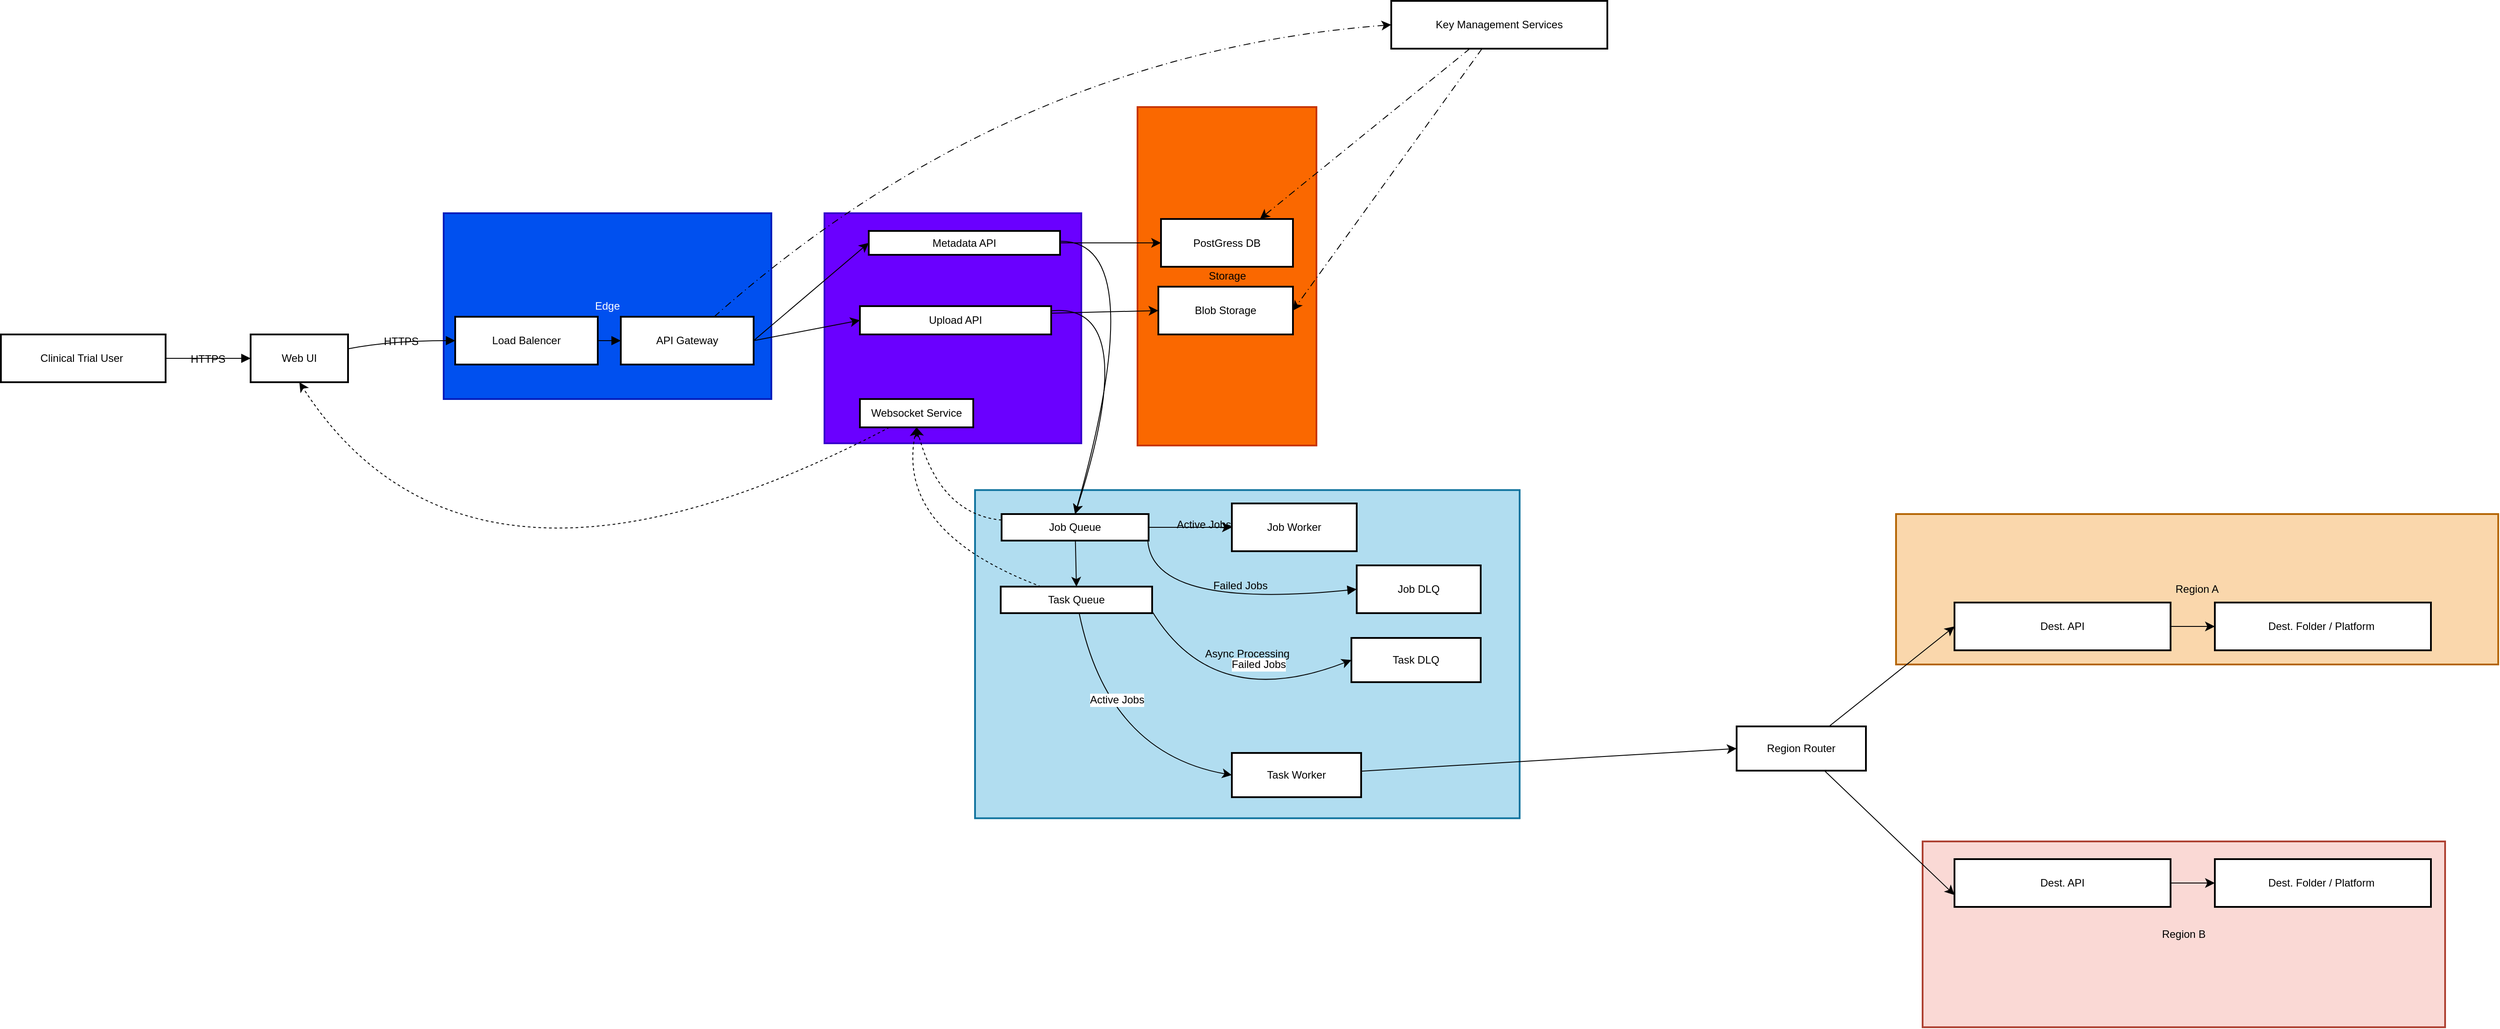
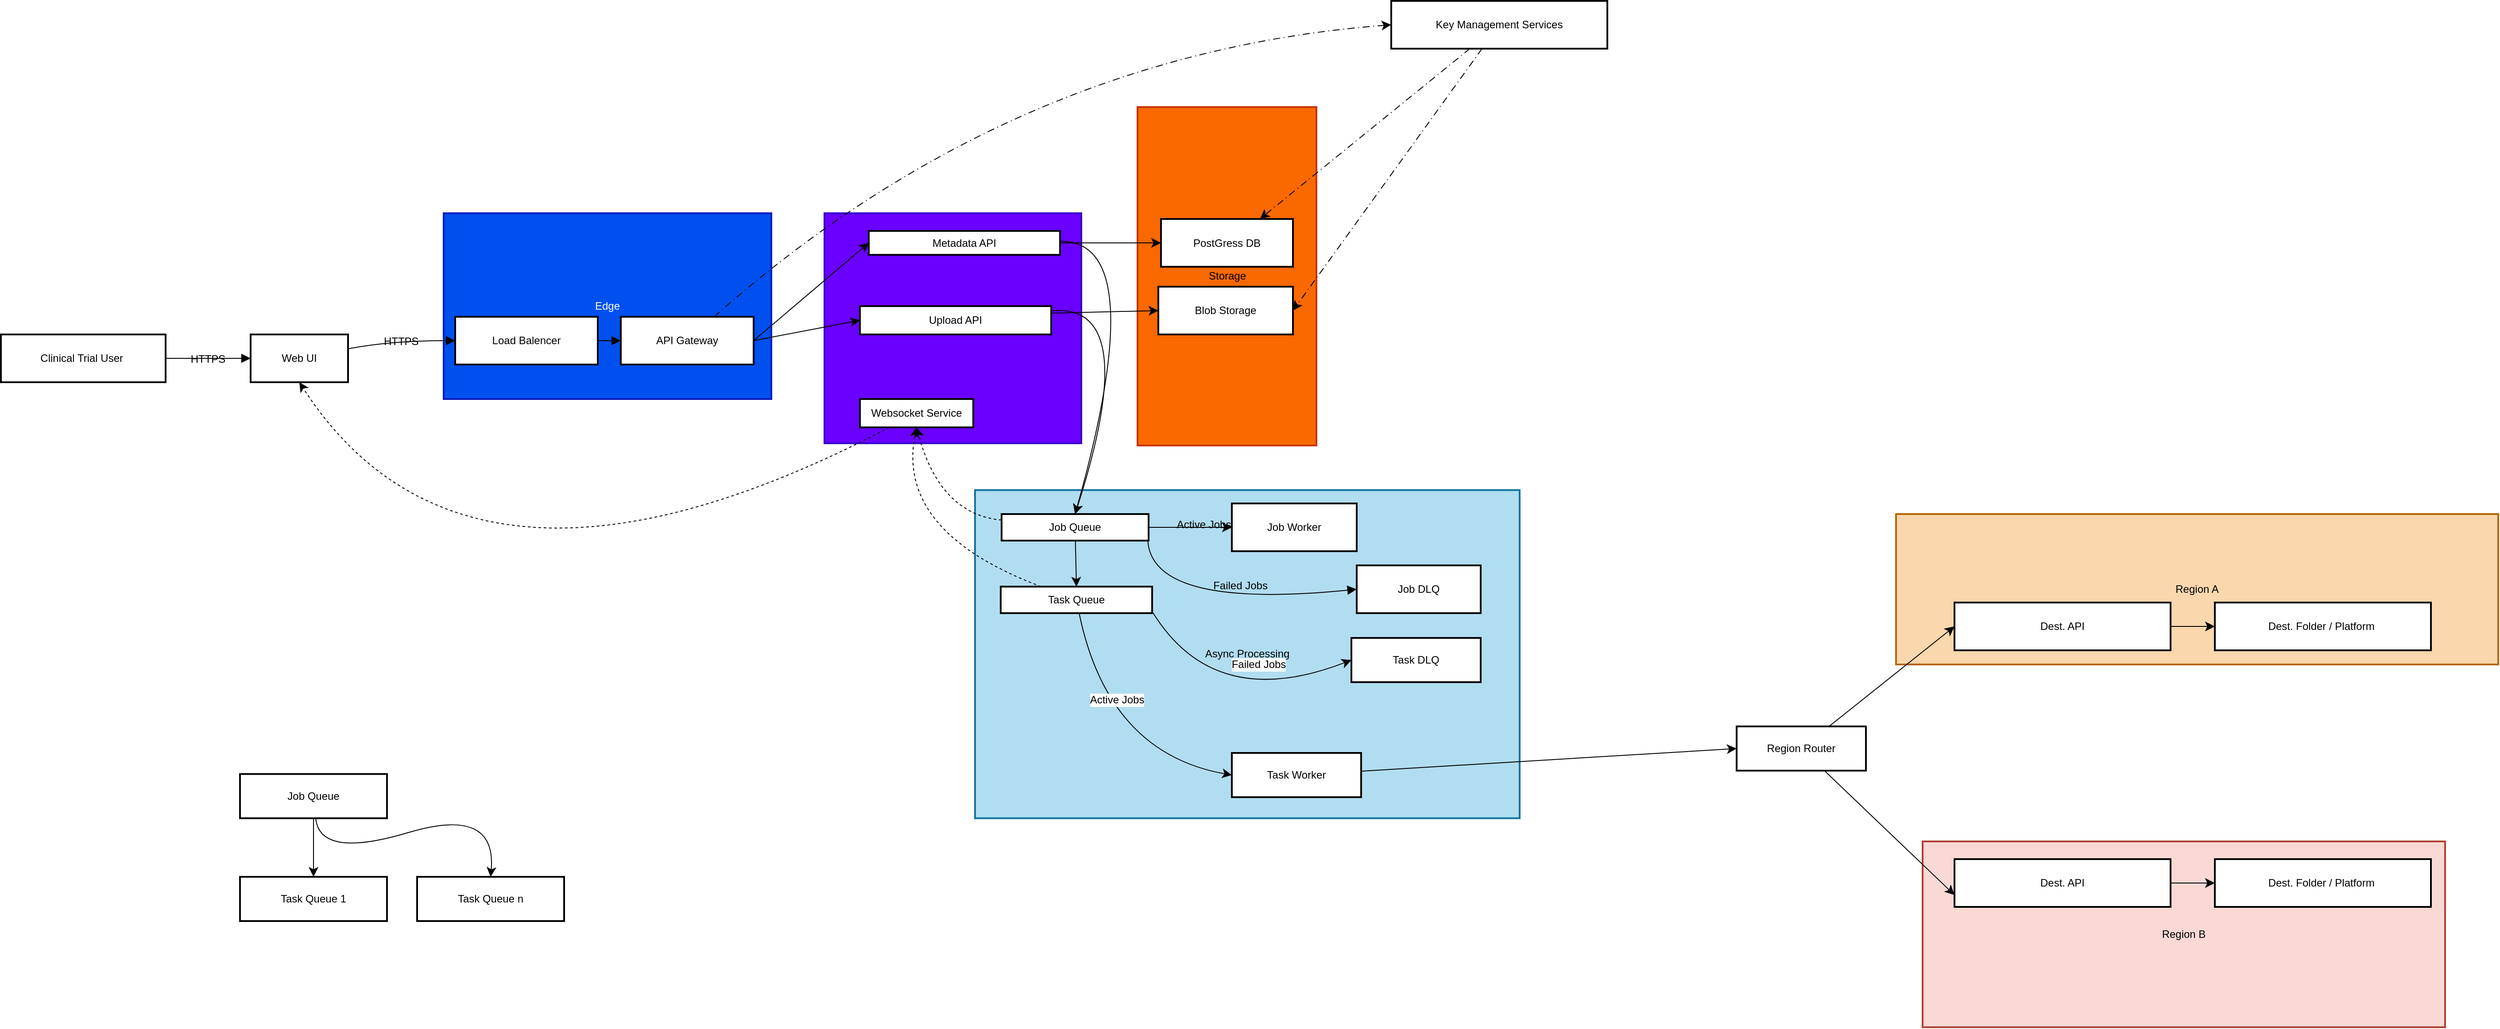
<mxfile host="app.diagrams.net">
  <diagram name="Overall-Diagram" id="Xauzskn0iYLa3f8TggF1">
-     <mxGraphModel dx="1478" dy="1926" grid="1" gridSize="10" guides="1" tooltips="1" connect="1" arrows="1" fold="1" page="1" pageScale="1" pageWidth="850" pageHeight="1100" background="none" math="0" shadow="0">
+     <mxGraphModel dx="1400" dy="1882" grid="1" gridSize="10" guides="1" tooltips="1" connect="1" arrows="1" fold="1" page="1" pageScale="1" pageWidth="850" pageHeight="1100" background="none" math="0" shadow="0">
      <root>
        <mxCell id="0" />
        <mxCell id="1" parent="0" />
        <mxCell id="tPvMw2njpGqdJi2HAjV1-28" parent="1" style="whiteSpace=wrap;strokeWidth=2;rounded=0;labelBackgroundColor=none;fillColor=#fad9d5;strokeColor=#ae4132;" value="Region B" vertex="1">
          <mxGeometry height="210" width="590" x="2270" y="750" as="geometry" />
        </mxCell>
        <mxCell id="tPvMw2njpGqdJi2HAjV1-27" parent="1" style="whiteSpace=wrap;strokeWidth=2;rounded=0;labelBackgroundColor=none;fillColor=#fad7ac;strokeColor=#b46504;" value="Region A" vertex="1">
          <mxGeometry height="170" width="680" x="2240" y="380" as="geometry" />
        </mxCell>
        <mxCell id="LGeiLnGPZ_kJypGg9XhN-2" parent="1" style="whiteSpace=wrap;strokeWidth=2;rounded=0;labelBackgroundColor=none;fillColor=#b1ddf0;strokeColor=#10739e;aspect=fixed;" value="Async Processing" vertex="1">
          <mxGeometry height="370.92" width="614.97" x="1200" y="352.88" as="geometry" />
        </mxCell>
        <mxCell id="LGeiLnGPZ_kJypGg9XhN-39" edge="1" parent="1" source="LGeiLnGPZ_kJypGg9XhN-14" style="curved=1;startArrow=none;endArrow=block;exitX=1;exitY=0.5;entryX=0;entryY=0.5;rounded=0;fontSize=12;startSize=8;endSize=8;exitDx=0;exitDy=0;labelBackgroundColor=none;fontColor=default;" target="LGeiLnGPZ_kJypGg9XhN-21" value="Failed Jobs">
          <mxGeometry relative="1" x="0.2549" y="18" as="geometry">
            <mxPoint as="offset" />
            <Array as="points">
              <mxPoint x="1380" y="490" />
            </Array>
          </mxGeometry>
        </mxCell>
        <mxCell id="LGeiLnGPZ_kJypGg9XhN-4" parent="1" style="whiteSpace=wrap;strokeWidth=2;rounded=0;labelBackgroundColor=none;fillColor=#6a00ff;fontColor=#ffffff;strokeColor=#3700CC;" value="API Services" vertex="1">
          <mxGeometry height="260" width="290" x="1030" y="40" as="geometry" />
        </mxCell>
        <mxCell id="LGeiLnGPZ_kJypGg9XhN-3" parent="1" style="whiteSpace=wrap;strokeWidth=2;rounded=0;labelBackgroundColor=none;fillColor=#fa6800;fontColor=#000000;strokeColor=#C73500;" value="Storage" vertex="1">
          <mxGeometry height="382.5" width="202" x="1383.5" y="-80" as="geometry" />
        </mxCell>
        <mxCell id="LGeiLnGPZ_kJypGg9XhN-5" parent="1" style="whiteSpace=wrap;strokeWidth=2;rounded=0;labelBackgroundColor=none;fillColor=#0050ef;fontColor=#ffffff;strokeColor=#001DBC;" value="Edge" vertex="1">
          <mxGeometry height="210" width="370" x="600" y="40" as="geometry" />
        </mxCell>
        <mxCell id="LGeiLnGPZ_kJypGg9XhN-6" parent="1" style="whiteSpace=wrap;strokeWidth=2;rounded=0;labelBackgroundColor=none;" value="Clinical Trial User " vertex="1">
          <mxGeometry height="54" width="186" x="100" y="177" as="geometry" />
        </mxCell>
        <mxCell id="LGeiLnGPZ_kJypGg9XhN-7" parent="1" style="whiteSpace=wrap;strokeWidth=2;rounded=0;labelBackgroundColor=none;" value="Web UI" vertex="1">
          <mxGeometry height="54" width="110" x="382" y="177" as="geometry" />
        </mxCell>
        <mxCell id="LGeiLnGPZ_kJypGg9XhN-8" parent="1" style="whiteSpace=wrap;strokeWidth=2;rounded=0;labelBackgroundColor=none;" value="Load Balencer" vertex="1">
          <mxGeometry height="54" width="161" x="613" y="157" as="geometry" />
        </mxCell>
        <mxCell id="ijDLy2rUQYNMrnhEq9o_-15" edge="1" parent="1" source="LGeiLnGPZ_kJypGg9XhN-9" style="edgeStyle=none;curved=1;rounded=0;orthogonalLoop=1;jettySize=auto;html=1;fontSize=12;startSize=8;endSize=8;entryX=0;entryY=0.5;entryDx=0;entryDy=0;labelBackgroundColor=none;fontColor=default;exitX=1;exitY=0.5;exitDx=0;exitDy=0;" target="LGeiLnGPZ_kJypGg9XhN-10">
          <mxGeometry relative="1" as="geometry">
            <mxPoint x="1059.9999999999998" y="229.99999999999977" as="targetPoint" />
          </mxGeometry>
        </mxCell>
        <mxCell id="ijDLy2rUQYNMrnhEq9o_-17" edge="1" parent="1" source="LGeiLnGPZ_kJypGg9XhN-9" style="edgeStyle=none;curved=1;rounded=0;orthogonalLoop=1;jettySize=auto;html=1;entryX=0;entryY=0.5;entryDx=0;entryDy=0;fontSize=12;startSize=8;endSize=8;exitX=1;exitY=0.5;exitDx=0;exitDy=0;" target="LGeiLnGPZ_kJypGg9XhN-11">
          <mxGeometry relative="1" as="geometry">
            <mxPoint x="960" y="190" as="sourcePoint" />
          </mxGeometry>
        </mxCell>
        <mxCell id="tPvMw2njpGqdJi2HAjV1-17" edge="1" parent="1" source="LGeiLnGPZ_kJypGg9XhN-9" style="edgeStyle=none;curved=1;rounded=0;orthogonalLoop=1;jettySize=auto;html=1;entryX=0;entryY=0.5;entryDx=0;entryDy=0;fontSize=12;startSize=8;endSize=8;dashed=1;dashPattern=8 4 1 4;" target="LGeiLnGPZ_kJypGg9XhN-20">
          <mxGeometry relative="1" as="geometry">
            <Array as="points">
              <mxPoint x="1240" y="-140" />
            </Array>
          </mxGeometry>
        </mxCell>
        <mxCell id="LGeiLnGPZ_kJypGg9XhN-9" parent="1" style="whiteSpace=wrap;strokeWidth=2;rounded=0;labelBackgroundColor=none;" value="API Gateway" vertex="1">
          <mxGeometry height="54" width="150" x="800" y="157" as="geometry" />
        </mxCell>
        <mxCell id="ijDLy2rUQYNMrnhEq9o_-19" edge="1" parent="1" source="LGeiLnGPZ_kJypGg9XhN-10" style="edgeStyle=none;curved=1;rounded=0;orthogonalLoop=1;jettySize=auto;html=1;entryX=0;entryY=0.5;entryDx=0;entryDy=0;fontSize=12;startSize=8;endSize=8;exitX=1;exitY=0.5;exitDx=0;exitDy=0;" target="LGeiLnGPZ_kJypGg9XhN-12">
          <mxGeometry relative="1" as="geometry" />
        </mxCell>
        <mxCell id="ZxT0anLmeUN1lRlBXtKW-1" edge="1" parent="1" source="LGeiLnGPZ_kJypGg9XhN-10" style="edgeStyle=none;curved=1;rounded=0;orthogonalLoop=1;jettySize=auto;html=1;entryX=0.5;entryY=0;entryDx=0;entryDy=0;fontSize=12;startSize=8;endSize=8;" target="LGeiLnGPZ_kJypGg9XhN-14">
          <mxGeometry relative="1" as="geometry">
            <Array as="points">
              <mxPoint x="1400" y="70" />
            </Array>
          </mxGeometry>
        </mxCell>
        <mxCell id="LGeiLnGPZ_kJypGg9XhN-10" parent="1" style="whiteSpace=wrap;strokeWidth=2;rounded=0;labelBackgroundColor=none;" value="Metadata API" vertex="1">
          <mxGeometry height="27" width="216" x="1080" y="60" as="geometry" />
        </mxCell>
        <mxCell id="ijDLy2rUQYNMrnhEq9o_-12" edge="1" parent="1" source="LGeiLnGPZ_kJypGg9XhN-11" style="edgeStyle=none;curved=1;rounded=0;orthogonalLoop=1;jettySize=auto;html=1;entryX=0;entryY=0.5;entryDx=0;entryDy=0;fontSize=12;startSize=8;endSize=8;exitX=1;exitY=0.25;exitDx=0;exitDy=0;labelBackgroundColor=none;fontColor=default;" target="LGeiLnGPZ_kJypGg9XhN-13">
          <mxGeometry relative="1" as="geometry" />
        </mxCell>
        <mxCell id="ZxT0anLmeUN1lRlBXtKW-2" edge="1" parent="1" source="LGeiLnGPZ_kJypGg9XhN-11" style="edgeStyle=none;curved=1;rounded=0;orthogonalLoop=1;jettySize=auto;html=1;entryX=0.5;entryY=0;entryDx=0;entryDy=0;fontSize=12;startSize=8;endSize=8;" target="LGeiLnGPZ_kJypGg9XhN-14">
          <mxGeometry relative="1" as="geometry">
            <Array as="points">
              <mxPoint x="1390" y="140" />
            </Array>
          </mxGeometry>
        </mxCell>
        <mxCell id="LGeiLnGPZ_kJypGg9XhN-11" parent="1" style="whiteSpace=wrap;strokeWidth=2;rounded=0;labelBackgroundColor=none;" value="Upload API" vertex="1">
          <mxGeometry height="32" width="216" x="1070" y="145" as="geometry" />
        </mxCell>
        <mxCell id="ijDLy2rUQYNMrnhEq9o_-5" edge="1" parent="1" source="LGeiLnGPZ_kJypGg9XhN-14" style="edgeStyle=none;curved=1;rounded=0;orthogonalLoop=1;jettySize=auto;html=1;entryX=0;entryY=0.5;entryDx=0;entryDy=0;fontSize=12;startSize=8;endSize=8;labelBackgroundColor=none;fontColor=default;" target="LGeiLnGPZ_kJypGg9XhN-16">
          <mxGeometry relative="1" as="geometry" />
        </mxCell>
        <mxCell id="ijDLy2rUQYNMrnhEq9o_-6" connectable="0" parent="ijDLy2rUQYNMrnhEq9o_-5" style="edgeLabel;html=1;align=center;verticalAlign=middle;resizable=0;points=[];fontSize=12;rounded=0;labelBackgroundColor=none;" value="Active Jobs" vertex="1">
          <mxGeometry relative="1" x="0.3104" y="3" as="geometry">
            <mxPoint as="offset" />
          </mxGeometry>
        </mxCell>
        <mxCell id="ijDLy2rUQYNMrnhEq9o_-9" edge="1" parent="1" source="LGeiLnGPZ_kJypGg9XhN-14" style="edgeStyle=none;curved=1;rounded=0;orthogonalLoop=1;jettySize=auto;html=1;entryX=0.5;entryY=0;entryDx=0;entryDy=0;fontSize=12;startSize=8;endSize=8;labelBackgroundColor=none;fontColor=default;" target="LGeiLnGPZ_kJypGg9XhN-15">
          <mxGeometry relative="1" as="geometry" />
        </mxCell>
        <mxCell id="tPvMw2njpGqdJi2HAjV1-2" edge="1" parent="1" source="LGeiLnGPZ_kJypGg9XhN-14" style="edgeStyle=none;curved=1;rounded=0;orthogonalLoop=1;jettySize=auto;html=1;fontSize=12;startSize=8;endSize=8;entryX=0.5;entryY=1;entryDx=0;entryDy=0;dashed=1;" target="LGeiLnGPZ_kJypGg9XhN-18">
          <mxGeometry relative="1" as="geometry">
            <Array as="points">
              <mxPoint x="1160" y="380" />
            </Array>
            <mxPoint x="1150" y="490" as="targetPoint" />
          </mxGeometry>
        </mxCell>
        <mxCell id="LGeiLnGPZ_kJypGg9XhN-14" parent="1" style="whiteSpace=wrap;strokeWidth=2;rounded=0;labelBackgroundColor=none;" value="Job Queue" vertex="1">
          <mxGeometry height="30" width="166" x="1230" y="380" as="geometry" />
        </mxCell>
        <mxCell id="tPvMw2njpGqdJi2HAjV1-1" edge="1" parent="1" style="edgeStyle=none;curved=1;rounded=0;orthogonalLoop=1;jettySize=auto;html=1;entryX=0;entryY=0.5;entryDx=0;entryDy=0;fontSize=12;startSize=8;endSize=8;" target="LGeiLnGPZ_kJypGg9XhN-22" value="Failed Jobs">
          <mxGeometry relative="1" x="0.337" y="33" as="geometry">
            <mxPoint as="offset" />
            <Array as="points">
              <mxPoint x="1470" y="605" />
            </Array>
            <mxPoint x="1400" y="490" as="sourcePoint" />
          </mxGeometry>
        </mxCell>
        <mxCell id="tPvMw2njpGqdJi2HAjV1-22" edge="1" parent="1" source="LGeiLnGPZ_kJypGg9XhN-15" style="edgeStyle=none;curved=1;rounded=0;orthogonalLoop=1;jettySize=auto;html=1;entryX=0;entryY=0.5;entryDx=0;entryDy=0;fontSize=12;startSize=8;endSize=8;" target="LGeiLnGPZ_kJypGg9XhN-17" value="Active Jobs">
          <mxGeometry relative="1" x="-0.3112" y="22" as="geometry">
            <mxPoint as="offset" />
            <Array as="points">
              <mxPoint x="1350" y="650" />
            </Array>
          </mxGeometry>
        </mxCell>
        <mxCell id="tPvMw2njpGqdJi2HAjV1-30" edge="1" parent="1" source="LGeiLnGPZ_kJypGg9XhN-15" style="edgeStyle=none;curved=1;rounded=0;orthogonalLoop=1;jettySize=auto;html=1;entryX=0.5;entryY=1;entryDx=0;entryDy=0;fontSize=12;startSize=8;endSize=8;dashed=1;" target="LGeiLnGPZ_kJypGg9XhN-18">
          <mxGeometry relative="1" as="geometry">
            <Array as="points">
              <mxPoint x="1110" y="400" />
            </Array>
          </mxGeometry>
        </mxCell>
        <mxCell id="LGeiLnGPZ_kJypGg9XhN-15" parent="1" style="whiteSpace=wrap;strokeWidth=2;rounded=0;labelBackgroundColor=none;" value="Task Queue" vertex="1">
          <mxGeometry height="30" width="171" x="1229" y="462" as="geometry" />
        </mxCell>
        <mxCell id="LGeiLnGPZ_kJypGg9XhN-16" parent="1" style="whiteSpace=wrap;strokeWidth=2;rounded=0;labelBackgroundColor=none;" value="Job Worker" vertex="1">
          <mxGeometry height="54" width="141" x="1490" y="368" as="geometry" />
        </mxCell>
        <mxCell id="tPvMw2njpGqdJi2HAjV1-11" edge="1" parent="1" source="LGeiLnGPZ_kJypGg9XhN-17" style="edgeStyle=none;curved=1;rounded=0;orthogonalLoop=1;jettySize=auto;html=1;entryX=0;entryY=0.5;entryDx=0;entryDy=0;fontSize=12;startSize=8;endSize=8;" target="tPvMw2njpGqdJi2HAjV1-6">
          <mxGeometry relative="1" as="geometry" />
        </mxCell>
        <mxCell id="LGeiLnGPZ_kJypGg9XhN-17" parent="1" style="whiteSpace=wrap;strokeWidth=2;rounded=0;labelBackgroundColor=none;" value="Task Worker" vertex="1">
          <mxGeometry height="50" width="146" x="1490" y="650" as="geometry" />
        </mxCell>
        <mxCell id="tPvMw2njpGqdJi2HAjV1-18" edge="1" parent="1" source="LGeiLnGPZ_kJypGg9XhN-20" style="edgeStyle=none;curved=1;rounded=0;orthogonalLoop=1;jettySize=auto;html=1;entryX=0.75;entryY=0;entryDx=0;entryDy=0;fontSize=12;startSize=8;endSize=8;dashed=1;dashPattern=8 4 1 4;" target="LGeiLnGPZ_kJypGg9XhN-12">
          <mxGeometry relative="1" as="geometry" />
        </mxCell>
        <mxCell id="tPvMw2njpGqdJi2HAjV1-19" edge="1" parent="1" source="LGeiLnGPZ_kJypGg9XhN-20" style="edgeStyle=none;curved=1;rounded=0;orthogonalLoop=1;jettySize=auto;html=1;entryX=1;entryY=0.5;entryDx=0;entryDy=0;fontSize=12;startSize=8;endSize=8;dashed=1;dashPattern=8 4 1 4;" target="LGeiLnGPZ_kJypGg9XhN-13">
          <mxGeometry relative="1" as="geometry" />
        </mxCell>
        <mxCell id="LGeiLnGPZ_kJypGg9XhN-20" parent="1" style="whiteSpace=wrap;strokeWidth=2;rounded=0;labelBackgroundColor=none;" value="Key Management Services" vertex="1">
          <mxGeometry height="54" width="244" x="1670" y="-200" as="geometry" />
        </mxCell>
        <mxCell id="LGeiLnGPZ_kJypGg9XhN-21" parent="1" style="whiteSpace=wrap;strokeWidth=2;rounded=0;labelBackgroundColor=none;" value="Job DLQ" vertex="1">
          <mxGeometry height="54" width="140" x="1631" y="438" as="geometry" />
        </mxCell>
        <mxCell id="LGeiLnGPZ_kJypGg9XhN-22" parent="1" style="whiteSpace=wrap;strokeWidth=2;rounded=0;labelBackgroundColor=none;" value="Task DLQ" vertex="1">
          <mxGeometry height="50" width="146" x="1625" y="520" as="geometry" />
        </mxCell>
        <mxCell id="LGeiLnGPZ_kJypGg9XhN-23" edge="1" parent="1" source="LGeiLnGPZ_kJypGg9XhN-6" style="curved=1;startArrow=none;endArrow=block;exitX=1;exitY=0.5;entryX=0;entryY=0.5;rounded=0;fontSize=12;startSize=8;endSize=8;labelBackgroundColor=none;fontColor=default;" target="LGeiLnGPZ_kJypGg9XhN-7" value="HTTPS">
          <mxGeometry relative="1" as="geometry">
            <Array as="points" />
          </mxGeometry>
        </mxCell>
        <mxCell id="LGeiLnGPZ_kJypGg9XhN-24" edge="1" parent="1" source="LGeiLnGPZ_kJypGg9XhN-7" style="curved=1;startArrow=none;endArrow=block;exitX=1;exitY=0.3;entryX=0;entryY=0.5;rounded=0;fontSize=12;startSize=8;endSize=8;labelBackgroundColor=none;fontColor=default;" target="LGeiLnGPZ_kJypGg9XhN-8" value="HTTPS">
          <mxGeometry relative="1" as="geometry">
            <Array as="points">
              <mxPoint x="540" y="184" />
            </Array>
          </mxGeometry>
        </mxCell>
        <mxCell id="LGeiLnGPZ_kJypGg9XhN-35" edge="1" parent="1" source="LGeiLnGPZ_kJypGg9XhN-8" style="curved=1;startArrow=none;endArrow=block;exitX=1;exitY=0.5;entryX=0;entryY=0.5;rounded=0;fontSize=12;startSize=8;endSize=8;labelBackgroundColor=none;fontColor=default;" target="LGeiLnGPZ_kJypGg9XhN-9" value="">
          <mxGeometry relative="1" as="geometry">
            <Array as="points" />
          </mxGeometry>
        </mxCell>
        <mxCell id="tPvMw2njpGqdJi2HAjV1-29" edge="1" parent="1" source="LGeiLnGPZ_kJypGg9XhN-18" style="edgeStyle=none;curved=1;rounded=0;orthogonalLoop=1;jettySize=auto;html=1;entryX=0.5;entryY=1;entryDx=0;entryDy=0;fontSize=12;startSize=8;endSize=8;dashed=1;" target="LGeiLnGPZ_kJypGg9XhN-7">
          <mxGeometry relative="1" as="geometry">
            <Array as="points">
              <mxPoint x="630" y="530" />
            </Array>
          </mxGeometry>
        </mxCell>
        <mxCell id="LGeiLnGPZ_kJypGg9XhN-18" parent="1" style="whiteSpace=wrap;strokeWidth=2;rounded=0;labelBackgroundColor=none;" value="Websocket Service" vertex="1">
          <mxGeometry height="32" width="128" x="1070" y="250" as="geometry" />
        </mxCell>
        <mxCell id="LGeiLnGPZ_kJypGg9XhN-13" parent="1" style="whiteSpace=wrap;strokeWidth=2;rounded=0;labelBackgroundColor=none;" value="Blob Storage" vertex="1">
          <mxGeometry height="54" width="152" x="1407" y="123" as="geometry" />
        </mxCell>
        <mxCell id="LGeiLnGPZ_kJypGg9XhN-12" parent="1" style="whiteSpace=wrap;strokeWidth=2;rounded=0;labelBackgroundColor=none;" value="PostGress DB" vertex="1">
          <mxGeometry height="54" width="149" x="1410" y="46.5" as="geometry" />
        </mxCell>
        <mxCell id="tPvMw2njpGqdJi2HAjV1-12" edge="1" parent="1" source="tPvMw2njpGqdJi2HAjV1-6" style="edgeStyle=none;curved=1;rounded=0;orthogonalLoop=1;jettySize=auto;html=1;entryX=0;entryY=0.5;entryDx=0;entryDy=0;fontSize=12;startSize=8;endSize=8;" target="tPvMw2njpGqdJi2HAjV1-8">
          <mxGeometry relative="1" as="geometry" />
        </mxCell>
        <mxCell id="tPvMw2njpGqdJi2HAjV1-13" edge="1" parent="1" source="tPvMw2njpGqdJi2HAjV1-6" style="edgeStyle=none;curved=1;rounded=0;orthogonalLoop=1;jettySize=auto;html=1;entryX=0;entryY=0.75;entryDx=0;entryDy=0;fontSize=12;startSize=8;endSize=8;" target="tPvMw2njpGqdJi2HAjV1-10">
          <mxGeometry relative="1" as="geometry" />
        </mxCell>
        <mxCell id="tPvMw2njpGqdJi2HAjV1-6" parent="1" style="whiteSpace=wrap;strokeWidth=2;rounded=0;labelBackgroundColor=none;" value="Region Router" vertex="1">
          <mxGeometry height="50" width="146" x="2060" y="620" as="geometry" />
        </mxCell>
        <mxCell id="tPvMw2njpGqdJi2HAjV1-7" parent="1" style="whiteSpace=wrap;strokeWidth=2;rounded=0;labelBackgroundColor=none;" value="Dest. Folder / Platform " vertex="1">
          <mxGeometry height="54" width="244" x="2600" y="480" as="geometry" />
        </mxCell>
        <mxCell id="tPvMw2njpGqdJi2HAjV1-15" edge="1" parent="1" source="tPvMw2njpGqdJi2HAjV1-8" style="edgeStyle=none;curved=1;rounded=0;orthogonalLoop=1;jettySize=auto;html=1;fontSize=12;startSize=8;endSize=8;" target="tPvMw2njpGqdJi2HAjV1-7" value="">
          <mxGeometry relative="1" as="geometry" />
        </mxCell>
        <mxCell id="tPvMw2njpGqdJi2HAjV1-8" parent="1" style="whiteSpace=wrap;strokeWidth=2;rounded=0;labelBackgroundColor=none;" value="Dest. API" vertex="1">
          <mxGeometry height="54" width="244" x="2306" y="480" as="geometry" />
        </mxCell>
        <mxCell id="tPvMw2njpGqdJi2HAjV1-9" parent="1" style="whiteSpace=wrap;strokeWidth=2;rounded=0;labelBackgroundColor=none;" value="Dest. Folder / Platform " vertex="1">
          <mxGeometry height="54" width="244" x="2600" y="770" as="geometry" />
        </mxCell>
        <mxCell id="tPvMw2njpGqdJi2HAjV1-16" edge="1" parent="1" source="tPvMw2njpGqdJi2HAjV1-10" style="edgeStyle=none;curved=1;rounded=0;orthogonalLoop=1;jettySize=auto;html=1;fontSize=12;startSize=8;endSize=8;" target="tPvMw2njpGqdJi2HAjV1-9" value="">
          <mxGeometry relative="1" as="geometry" />
        </mxCell>
        <mxCell id="tPvMw2njpGqdJi2HAjV1-10" parent="1" style="whiteSpace=wrap;strokeWidth=2;rounded=0;labelBackgroundColor=none;" value="Dest. API" vertex="1">
          <mxGeometry height="54" width="244" x="2306" y="770" as="geometry" />
        </mxCell>
+         <mxCell id="ZxT0anLmeUN1lRlBXtKW-5" edge="1" parent="1" source="ZxT0anLmeUN1lRlBXtKW-3" style="edgeStyle=none;curved=1;rounded=0;orthogonalLoop=1;jettySize=auto;html=1;fontSize=12;startSize=8;endSize=8;" target="ZxT0anLmeUN1lRlBXtKW-4" value="">
+           <mxGeometry relative="1" as="geometry" />
+         </mxCell>
+         <mxCell id="ZxT0anLmeUN1lRlBXtKW-8" edge="1" parent="1" source="ZxT0anLmeUN1lRlBXtKW-3" style="edgeStyle=none;curved=1;rounded=0;orthogonalLoop=1;jettySize=auto;html=1;entryX=0.5;entryY=0;entryDx=0;entryDy=0;fontSize=12;startSize=8;endSize=8;" target="ZxT0anLmeUN1lRlBXtKW-6">
+           <mxGeometry relative="1" as="geometry">
+             <Array as="points">
+               <mxPoint x="460" y="770" />
+               <mxPoint x="660" y="710" />
+             </Array>
+           </mxGeometry>
+         </mxCell>
+         <mxCell id="ZxT0anLmeUN1lRlBXtKW-3" parent="1" style="whiteSpace=wrap;strokeWidth=2;rounded=0;labelBackgroundColor=none;" value="Job Queue" vertex="1">
+           <mxGeometry height="50" width="166" x="370" y="673.8" as="geometry" />
+         </mxCell>
+         <mxCell id="ZxT0anLmeUN1lRlBXtKW-4" parent="1" style="whiteSpace=wrap;strokeWidth=2;rounded=0;labelBackgroundColor=none;" value="Task Queue 1" vertex="1">
+           <mxGeometry height="50" width="166" x="370" y="790" as="geometry" />
+         </mxCell>
+         <mxCell id="ZxT0anLmeUN1lRlBXtKW-6" parent="1" style="whiteSpace=wrap;strokeWidth=2;rounded=0;labelBackgroundColor=none;" value="Task Queue n" vertex="1">
+           <mxGeometry height="50" width="166" x="570" y="790" as="geometry" />
+         </mxCell>
      </root>
    </mxGraphModel>
  </diagram>
</mxfile>
